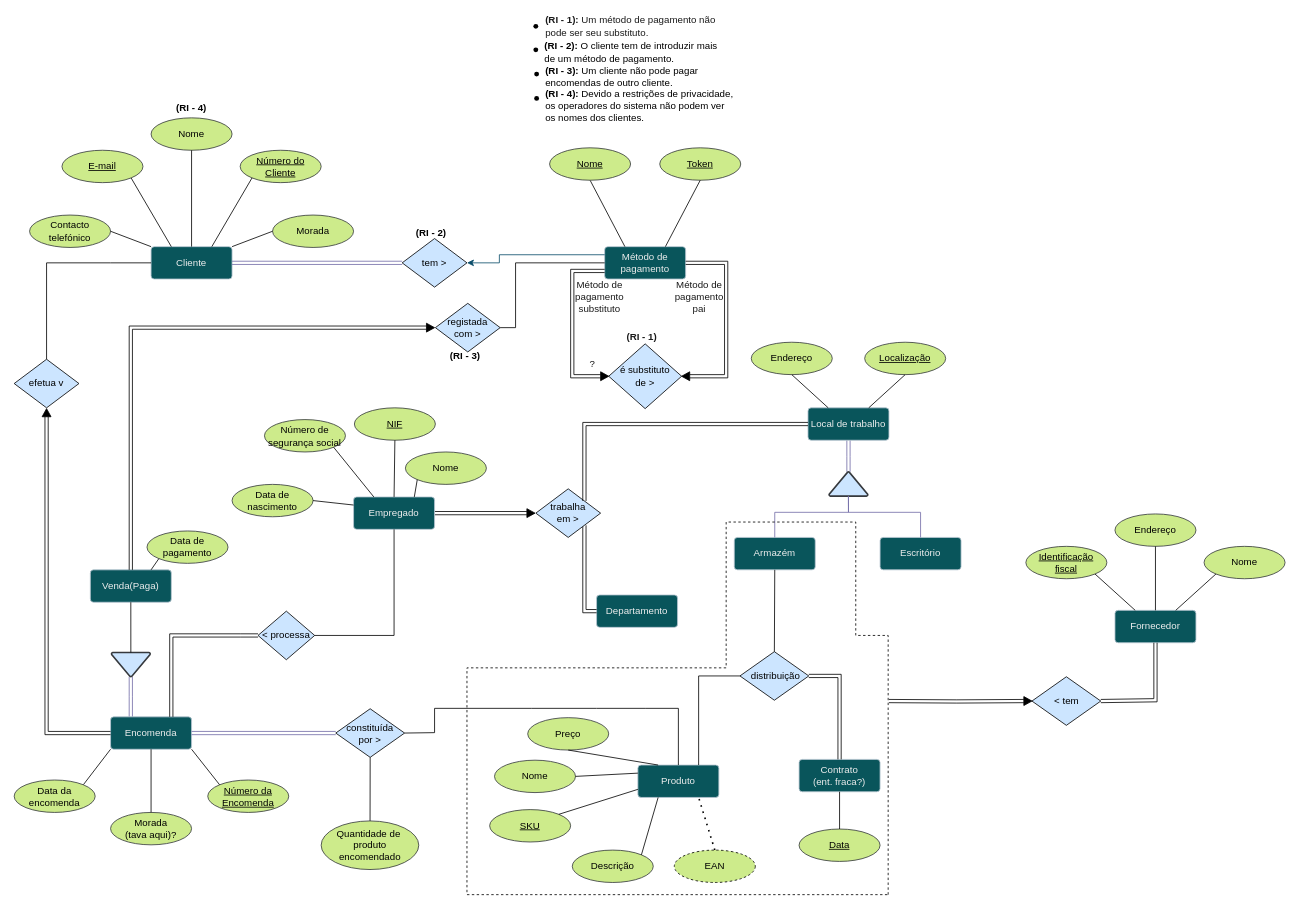
Before: Entrega 1 - Gustavo/Projeto-BD_Modelo E-A(new).drawio in joaopr03/db_project, a draw.io diagram. Source tidied: cells renumbered, new cells numbered last; positions are measured from the earlier drawing's top-left corner, leaving out a move shared by most shapes. Both pictures are drawn from the tidied source at 81%, with x=0, y=0 at pixel (14, 14).
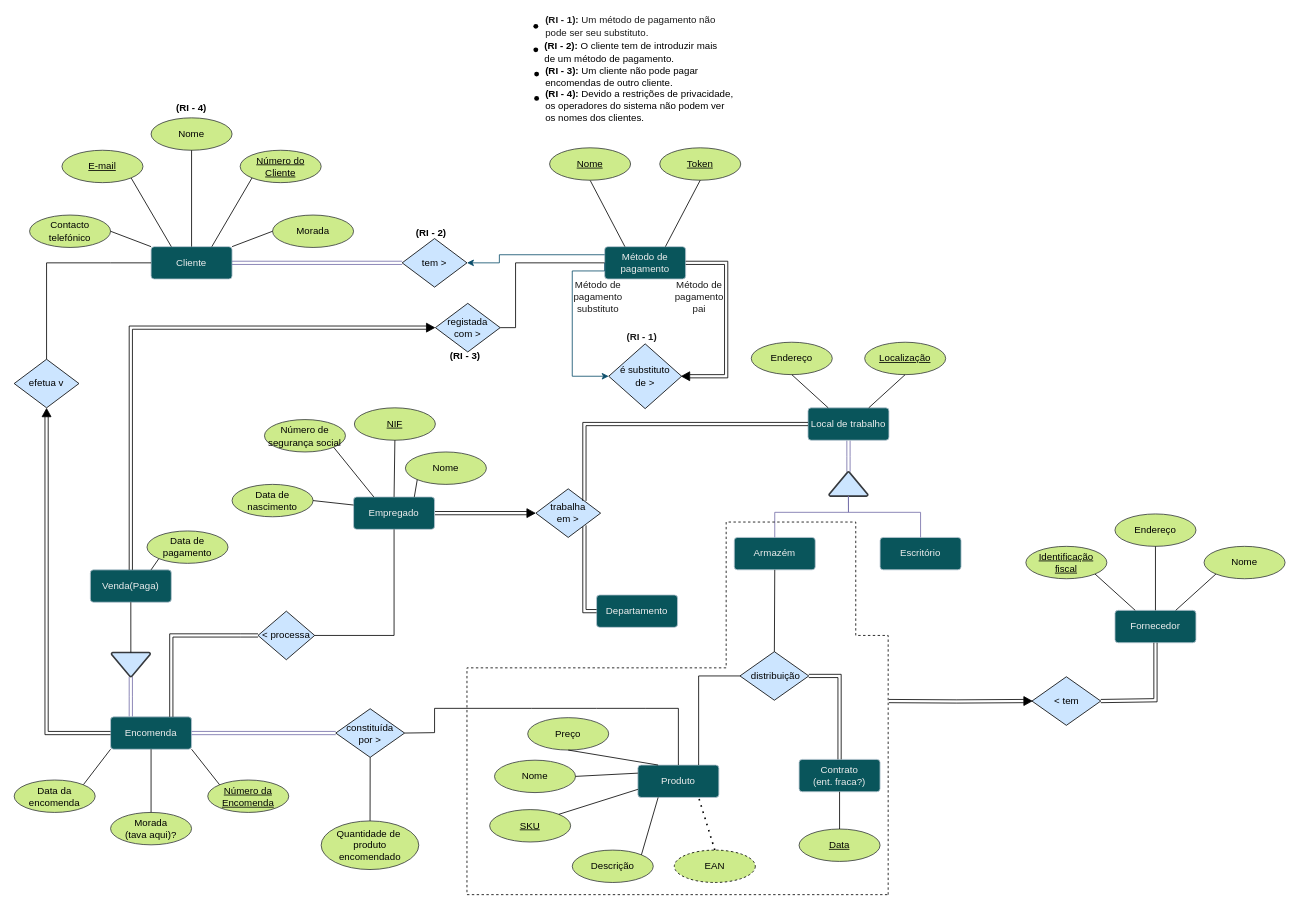
The same diagram, later.

The change refers to these unchanged cells:
```xml
<mxCell id="11" value="Método de pagamento" style="rounded=1;arcSize=10;whiteSpace=wrap;html=1;align=center;labelBackgroundColor=none;fillColor=#09555B;strokeColor=#BAC8D3;fontColor=#EEEEEE;" parent="1" vertex="1">
  <mxGeometry x="729" y="287" width="100" height="40" as="geometry" />
</mxCell>
<mxCell id="51" value="&lt;font&gt;é substituto&lt;br&gt;de &amp;gt;&lt;/font&gt;" style="shape=rhombus;perimeter=rhombusPerimeter;whiteSpace=wrap;html=1;align=center;fillColor=#CCE5FF;fontColor=#000000;" parent="1" vertex="1">
  <mxGeometry x="734" y="407" width="90" height="80" as="geometry" />
</mxCell>
```

What changed in the source:
```diff
@@
     <mxCell id="13" value="Método de pagamento substituto" style="text;strokeColor=none;align=center;fillColor=none;html=1;verticalAlign=middle;whiteSpace=wrap;rounded=0;fontColor=#1A1A1A;" parent="1" vertex="1">
-      <mxGeometry x="693" y="334" width="60" height="30" as="geometry" />
+      <mxGeometry x="691" y="334" width="60" height="30" as="geometry" />
     </mxCell>
@@
-    <mxCell id="120" style="edgeStyle=orthogonalEdgeStyle;shape=link;rounded=0;jettySize=auto;html=1;exitX=0;exitY=0.75;exitDx=0;exitDy=0;entryX=0;entryY=0.5;entryDx=0;entryDy=0;" parent="1" edge="1" source="11" target="121">
-      <mxGeometry relative="1" as="geometry">
-        <Array as="points">
-          <mxPoint x="689" y="317" />
-          <mxPoint x="689" y="447" />
-        </Array>
-      </mxGeometry>
-    </mxCell>
-    <mxCell id="121" style="triangle;whiteSpace=wrap;html=1;fillColor=#000000;" parent="1" vertex="1">
-      <mxGeometry x="724" y="441.5" width="10" height="11" as="geometry" />
-    </mxCell>
@@
-    <mxCell id="125" value="?" style="text;strokeColor=none;align=center;fillColor=none;html=1;verticalAlign=middle;whiteSpace=wrap;rounded=0;fontColor=#1A1A1A;" parent="1" vertex="1">
-      <mxGeometry x="699" y="417" width="30" height="30" as="geometry" />
-    </mxCell>
+    <mxCell id="126" style="edgeStyle=orthogonalEdgeStyle;rounded=0;jettySize=auto;html=1;strokeColor=#0B4D6A;exitX=0;exitY=0.5;exitDx=0;exitDy=0;entryX=0;entryY=0.5;entryDx=0;entryDy=0;" parent="1" edge="1" source="11" target="51">
+      <mxGeometry relative="1" as="geometry">
+        <Array as="points">
+          <mxPoint x="729" y="317" />
+          <mxPoint x="689" y="317" />
+          <mxPoint x="689" y="447" />
+        </Array>
+      </mxGeometry>
+    </mxCell>
```
